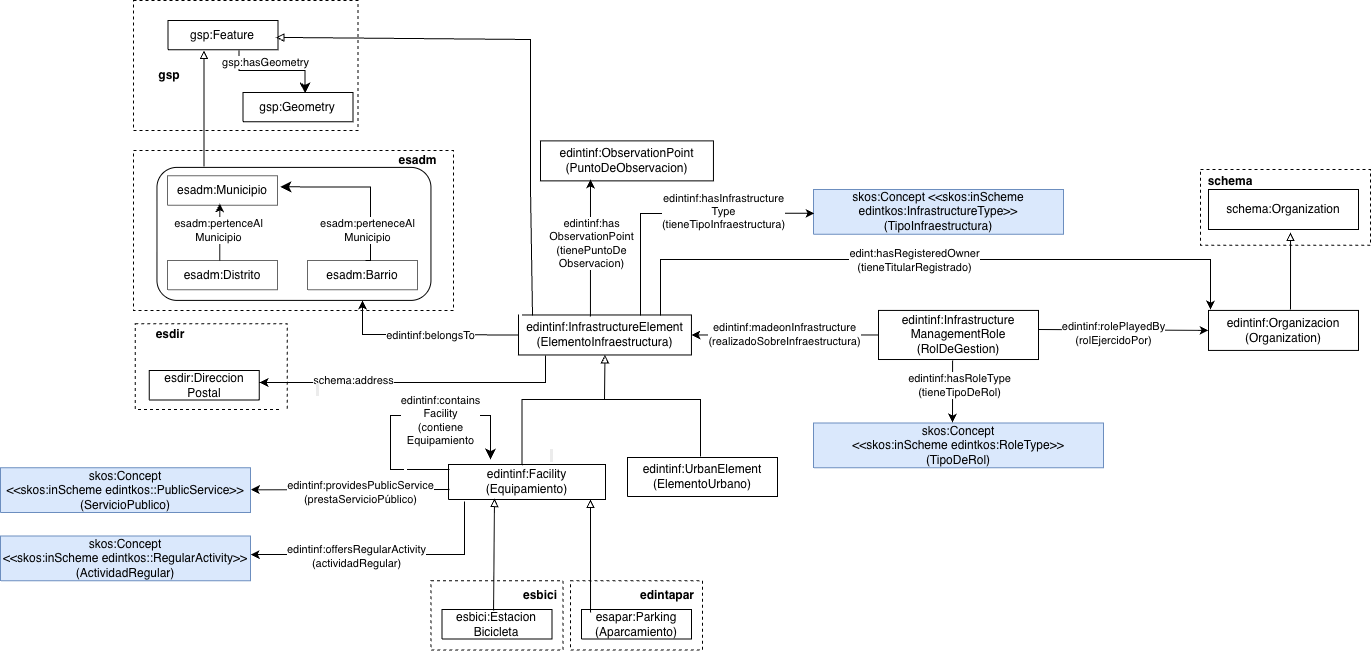
Before: diagrams/diagrama-conceptual-General.png, a diagram exported from draw.io (EDINT-Ontologia/edint-ontologia-infraestructura). Source tidied: cells renumbered, new cells last; positions are measured from the earlier drawing's top-left corner, leaving out a move shared by most shapes.
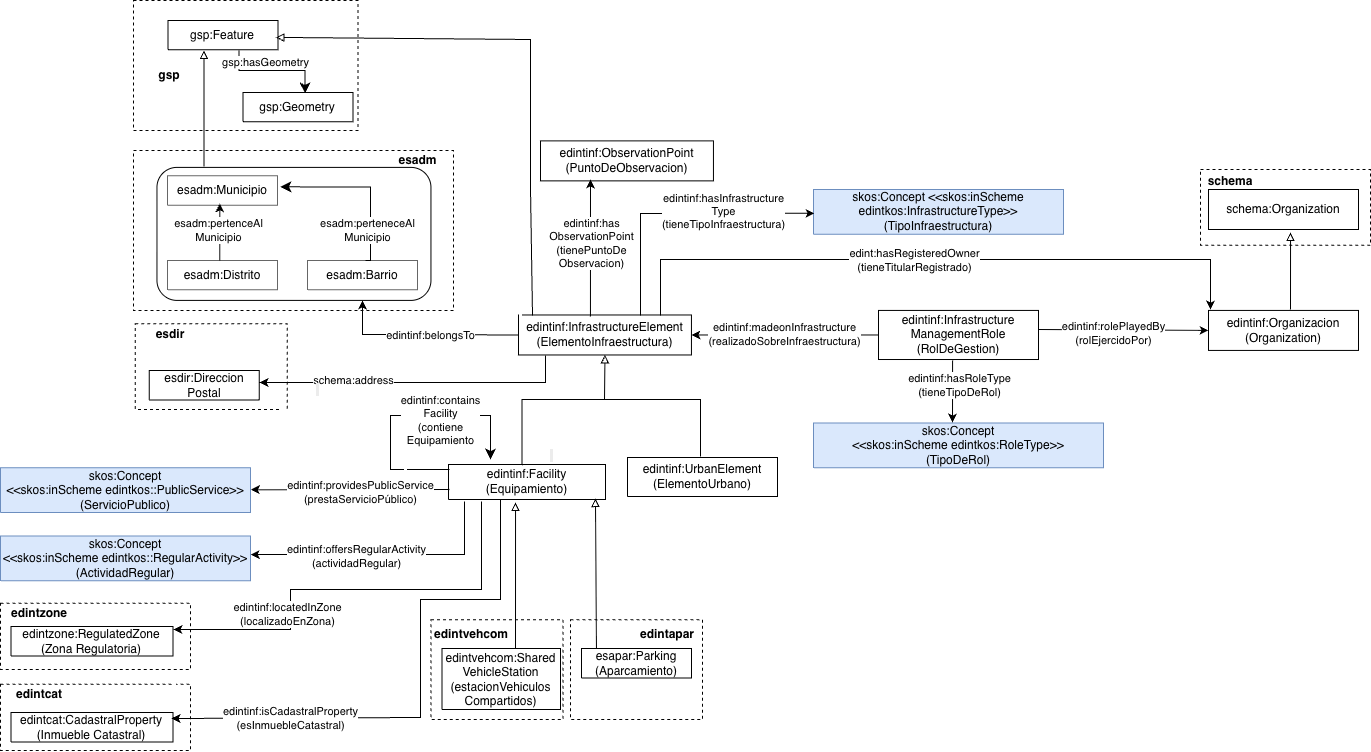
Later version of the same file.

The edit, as a diff of the source:
```diff
@@ -2,17 +2,23 @@
   <root>
     <mxCell id="0" />
     <mxCell id="1" parent="0" />
+    <mxCell id="71" style="rounded=0;whiteSpace=wrap;html=1;fillColor=none;dashed=1;fontSize=12;" parent="1" vertex="1">
+      <mxGeometry y="683.9" width="190" height="66.1" as="geometry" />
+    </mxCell>
+    <mxCell id="72" style="rounded=0;whiteSpace=wrap;html=1;fillColor=none;dashed=1;fontSize=12;" parent="1" vertex="1">
+      <mxGeometry y="602.9" width="190" height="66.1" as="geometry" />
+    </mxCell>
     <mxCell id="2" style="rounded=0;whiteSpace=wrap;html=1;fillColor=none;dashed=1;fontSize=11;" parent="1" vertex="1">
       <mxGeometry x="1200" y="169" width="170" height="75.6" as="geometry" />
     </mxCell>
     <mxCell id="3" style="rounded=0;whiteSpace=wrap;html=1;fillColor=none;dashed=1;fontSize=11;" parent="1" vertex="1">
-      <mxGeometry x="430.5" y="580.3" width="132" height="69.3" as="geometry" />
+      <mxGeometry x="430.5" y="619.3" width="132" height="99.7" as="geometry" />
     </mxCell>
-    <mxCell id="4" value="&lt;font style=&quot;color: rgb(0, 0, 0); direction: ltr; letter-spacing: 0px; line-height: 120%; opacity: 1; font-size: 12px;&quot;&gt;esbici:Estacion&lt;/font&gt;&lt;div&gt;&lt;font style=&quot;color: rgb(0, 0, 0); direction: ltr; letter-spacing: 0px; line-height: 120%; opacity: 1; font-size: 12px;&quot;&gt;Bicicleta&lt;/font&gt;&lt;/div&gt;" style="verticalAlign=middle;align=center;vsdxID=334;shape=(stored shape, 160 characters);labelBackgroundColor=none;rounded=0;html=1;whiteSpace=wrap;fillColor=none;strokeColor=#000000;fontSize=11;" parent="1" vertex="1">
-      <mxGeometry x="441.5" y="609" width="110" height="29.5" as="geometry" />
+    <mxCell id="4" value="&lt;span style=&quot;font-size: 12px;&quot;&gt;edintvehcom:Shared&lt;/span&gt;&lt;div&gt;&lt;span style=&quot;font-size: 12px;&quot;&gt;VehicleStation&lt;/span&gt;&lt;/div&gt;&lt;div&gt;&lt;span style=&quot;font-size: 12px;&quot;&gt;(estacionVehiculos&lt;/span&gt;&lt;/div&gt;&lt;div&gt;&lt;span style=&quot;font-size: 12px;&quot;&gt;Compartidos)&lt;/span&gt;&lt;/div&gt;" style="verticalAlign=middle;align=center;vsdxID=334;shape=(stored shape, 160 characters);labelBackgroundColor=none;rounded=0;html=1;whiteSpace=wrap;fillColor=none;strokeColor=#000000;fontSize=11;" parent="1" vertex="1">
+      <mxGeometry x="441.5" y="648" width="118.5" height="61" as="geometry" />
     </mxCell>
-    <mxCell id="5" value="&lt;div&gt;&lt;div&gt;&lt;font style=&quot;font-size: 12px;&quot;&gt;esbici&lt;/font&gt;&lt;/div&gt;&lt;/div&gt;" style="text;html=1;whiteSpace=wrap;strokeColor=none;fillColor=none;align=center;verticalAlign=middle;rounded=0;fontStyle=1;fontFamily=Helvetica;fontSize=11;fontColor=default;" parent="1" vertex="1">
-      <mxGeometry x="500" y="580.3" width="80" height="28.7" as="geometry" />
+    <mxCell id="5" value="&lt;div&gt;&lt;div&gt;&lt;font style=&quot;font-size: 12px;&quot;&gt;edintvehcom&lt;/font&gt;&lt;/div&gt;&lt;/div&gt;" style="text;html=1;whiteSpace=wrap;strokeColor=none;fillColor=none;align=center;verticalAlign=middle;rounded=0;fontStyle=1;fontFamily=Helvetica;fontSize=11;fontColor=default;" parent="1" vertex="1">
+      <mxGeometry x="431" y="619.3" width="80" height="28.7" as="geometry" />
     </mxCell>
     <mxCell id="6" value="&lt;font style=&quot;font-size: 12px;&quot;&gt;skos:Concept&lt;/font&gt;&lt;div&gt;&lt;font style=&quot;font-size: 12px;&quot;&gt;&amp;lt;&amp;lt;skos:inScheme edintkos::RegularActivity&amp;gt;&amp;gt;&lt;/font&gt;&lt;/div&gt;&lt;div&gt;&lt;font style=&quot;font-size: 12px;&quot;&gt;(ActividadRegular)&lt;/font&gt;&lt;/div&gt;" style="verticalAlign=middle;align=center;vsdxID=334;shape=(stored shape, 160 characters);labelBackgroundColor=none;rounded=0;html=1;whiteSpace=wrap;fillColor=#dae8fc;strokeColor=#6c8ebf;fontSize=11;" parent="1" vertex="1">
       <mxGeometry y="535.5" width="250" height="44.7" as="geometry" />
@@ -196,9 +202,10 @@
         </Array>
       </mxGeometry>
     </mxCell>
-    <mxCell id="47" style="endArrow=block;html=1;rounded=0;endFill=0;exitX=0.082;exitY=0.102;exitDx=0;exitDy=0;exitPerimeter=0;" parent="1" edge="1" source="63">
+    <mxCell id="47" style="endArrow=block;html=1;rounded=0;endFill=0;exitX=0.136;exitY=-0.034;exitDx=0;exitDy=0;exitPerimeter=0;entryX=0.936;entryY=0.943;entryDx=0;entryDy=0;entryPerimeter=0;" parent="1" edge="1">
       <mxGeometry relative="1" as="geometry">
-        <mxPoint x="590" y="499" as="targetPoint" />
+        <mxPoint x="596" y="648" as="sourcePoint" />
+        <mxPoint x="595" y="498" as="targetPoint" />
       </mxGeometry>
     </mxCell>
     <mxCell id="48" style="endArrow=classic;html=1;rounded=0;entryX=0.476;entryY=0.934;entryDx=0;entryDy=0;entryPerimeter=0;" parent="1" edge="1" target="35">
@@ -250,8 +257,10 @@
         <mxPoint x="23" as="offset" />
       </mxGeometry>
     </mxCell>
-    <mxCell id="56" style="endArrow=block;html=1;rounded=0;entryX=0.293;entryY=0.972;entryDx=0;entryDy=0;entryPerimeter=0;endFill=0;exitX=0.469;exitY=0.034;exitDx=0;exitDy=0;exitPerimeter=0;" parent="1" edge="1" source="4" target="21">
-      <mxGeometry relative="1" as="geometry" />
+    <mxCell id="56" style="endArrow=block;html=1;rounded=0;entryX=0.427;entryY=1.085;entryDx=0;entryDy=0;entryPerimeter=0;endFill=0;exitX=0.25;exitY=1;exitDx=0;exitDy=0;" parent="1" edge="1" target="21">
+      <mxGeometry relative="1" as="geometry">
+        <mxPoint x="515" y="648" as="sourcePoint" />
+      </mxGeometry>
     </mxCell>
     <mxCell id="57" value="edintinf:madeonInfrastructure&lt;div&gt;(realizadoSobreInfraestructura)&lt;/div&gt;" style="endArrow=classic;html=1;rounded=0;entryX=1;entryY=0.5;entryDx=0;entryDy=0;exitX=0;exitY=0.5;exitDx=0;exitDy=0;" parent="1" edge="1" source="15" target="20">
       <mxGeometry x="0.01" relative="1" as="geometry" />
@@ -280,13 +289,13 @@
       </mxGeometry>
     </mxCell>
     <mxCell id="62" style="rounded=0;whiteSpace=wrap;html=1;fillColor=none;dashed=1;fontSize=11;" parent="1" vertex="1">
-      <mxGeometry x="570" y="580.3" width="132" height="69.3" as="geometry" />
+      <mxGeometry x="570" y="619.3" width="132" height="99.7" as="geometry" />
     </mxCell>
     <mxCell id="63" value="&lt;span style=&quot;font-size: 12px;&quot;&gt;esapar:Parking&lt;/span&gt;&lt;div&gt;&lt;span style=&quot;font-size: 12px;&quot;&gt;(Aparcamiento)&lt;/span&gt;&lt;/div&gt;" style="verticalAlign=middle;align=center;vsdxID=334;shape=(stored shape, 160 characters);labelBackgroundColor=none;rounded=0;html=1;whiteSpace=wrap;fillColor=none;strokeColor=#000000;fontSize=11;" parent="1" vertex="1">
-      <mxGeometry x="581" y="609" width="110" height="29.5" as="geometry" />
+      <mxGeometry x="581" y="648" width="110" height="29.5" as="geometry" />
     </mxCell>
     <mxCell id="64" value="&lt;div&gt;&lt;div&gt;&lt;font style=&quot;font-size: 12px;&quot;&gt;edintapar&lt;/font&gt;&lt;/div&gt;&lt;/div&gt;" style="text;html=1;whiteSpace=wrap;strokeColor=none;fillColor=none;align=center;verticalAlign=middle;rounded=0;fontStyle=1;fontFamily=Helvetica;fontSize=11;fontColor=default;" parent="1" vertex="1">
-      <mxGeometry x="627" y="580.3" width="80" height="28.7" as="geometry" />
+      <mxGeometry x="627" y="619.3" width="80" height="28.7" as="geometry" />
     </mxCell>
     <mxCell id="65" value="schema:Organization" style="rounded=0;whiteSpace=wrap;html=1;" parent="1" vertex="1">
       <mxGeometry x="1208" y="189" width="150" height="40" as="geometry" />
@@ -310,5 +319,51 @@
     <mxCell id="70" value="edintinf:has&lt;div&gt;ObservationPoint&lt;/div&gt;&lt;div&gt;(tienePuntoDe&lt;/div&gt;&lt;div&gt;Observacion)&lt;/div&gt;" style="edgeLabel;html=1;align=center;verticalAlign=middle;" parent="69" vertex="1">
       <mxGeometry x="0.06" y="-1" relative="1" as="geometry" />
     </mxCell>
+    <mxCell id="73" value="edintzone:RegulatedZone&lt;div&gt;(Zona Regulatoria)&lt;/div&gt;" style="verticalAlign=middle;align=center;vsdxID=334;shape=(stored shape, 160 characters);labelBackgroundColor=none;rounded=0;html=1;whiteSpace=wrap;fontSize=12;" parent="1" vertex="1">
+      <mxGeometry x="10.4" y="626" width="162.1" height="29.5" as="geometry" />
+    </mxCell>
+    <mxCell id="74" value="&lt;div&gt;edintzone&lt;/div&gt;" style="text;html=1;whiteSpace=wrap;strokeColor=none;fillColor=none;align=center;verticalAlign=middle;rounded=0;fontStyle=1;fontFamily=Helvetica;fontSize=12;fontColor=default;" parent="1" vertex="1">
+      <mxGeometry x="9.1" y="598" width="60" height="30" as="geometry" />
+    </mxCell>
+    <mxCell id="75" value="&amp;nbsp;" style="edgeLabel;html=1;align=center;verticalAlign=middle;fontSize=11;" parent="1" vertex="1">
+      <mxGeometry x="173.8" y="679" as="geometry" />
+    </mxCell>
+    <mxCell id="76" style="endArrow=classic;html=1;rounded=0;exitX=0.21;exitY=1.057;exitDx=0;exitDy=0;exitPerimeter=0;edgeStyle=orthogonalEdgeStyle;" parent="1" edge="1" source="21">
+      <mxGeometry relative="1" as="geometry">
+        <mxPoint x="173" y="629" as="targetPoint" />
+        <Array as="points">
+          <mxPoint x="481" y="589" />
+          <mxPoint x="290" y="589" />
+          <mxPoint x="290" y="629" />
+          <mxPoint x="173" y="629" />
+        </Array>
+      </mxGeometry>
+    </mxCell>
+    <mxCell id="77" value="edintinf:locatedInZone&lt;div&gt;(localizadoEnZona)&lt;/div&gt;" style="edgeLabel;html=1;align=center;verticalAlign=middle;" parent="76" vertex="1">
+      <mxGeometry x="0.25" y="2" relative="1" as="geometry">
+        <mxPoint x="-9" y="22" as="offset" />
+      </mxGeometry>
+    </mxCell>
+    <mxCell id="78" value="edintcat:CadastralProperty&lt;div&gt;(Inmueble Catastral)&lt;/div&gt;" style="verticalAlign=middle;align=center;vsdxID=334;shape=(stored shape, 160 characters);labelBackgroundColor=none;rounded=0;html=1;whiteSpace=wrap;fontSize=12;" parent="1" vertex="1">
+      <mxGeometry x="10.4" y="712" width="162.1" height="29.5" as="geometry" />
+    </mxCell>
+    <mxCell id="79" value="&lt;div&gt;edintcat&lt;/div&gt;" style="text;html=1;whiteSpace=wrap;strokeColor=none;fillColor=none;align=center;verticalAlign=middle;rounded=0;fontStyle=1;fontFamily=Helvetica;fontSize=12;fontColor=default;" parent="1" vertex="1">
+      <mxGeometry x="9.1" y="679" width="60" height="30" as="geometry" />
+    </mxCell>
+    <mxCell id="80" style="endArrow=classic;html=1;rounded=0;edgeStyle=orthogonalEdgeStyle;entryX=0.991;entryY=0.205;entryDx=0;entryDy=0;entryPerimeter=0;" parent="1" edge="1" target="78">
+      <mxGeometry relative="1" as="geometry">
+        <mxPoint x="500" y="499" as="sourcePoint" />
+        <Array as="points">
+          <mxPoint x="500" y="599" />
+          <mxPoint x="420" y="599" />
+          <mxPoint x="420" y="717" />
+        </Array>
+      </mxGeometry>
+    </mxCell>
+    <mxCell id="81" value="edintinf:isCadastralProperty&lt;div&gt;(esInmuebleCatastral)&lt;/div&gt;" style="edgeLabel;html=1;align=center;verticalAlign=middle;" parent="80" vertex="1">
+      <mxGeometry x="0.81" y="-2" relative="1" as="geometry">
+        <mxPoint x="66" y="2" as="offset" />
+      </mxGeometry>
+    </mxCell>
   </root>
 </mxGraphModel>
```
